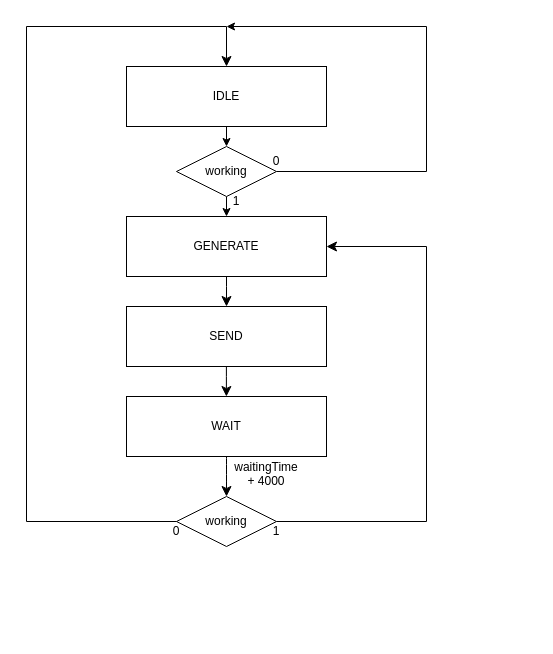
This is DiagramaDeEstadosRM.drawio from Dexiis/FSO-TP2, a draw.io file, before an edit. Source tidied: cells renumbered, new cells numbered last; positions are measured from the earlier drawing's top-left corner, leaving out a move shared by most shapes. Both pictures are drawn from the tidied source at 100%, with x=0, y=0 at pixel (26, 26).
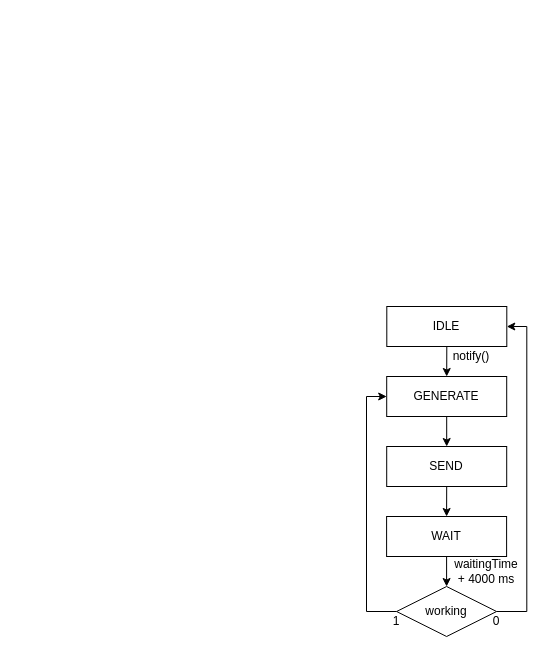
The same diagram, later.

The edit, as a diff of the source:
```diff
@@
-    <mxCell id="2" style="rounded=0;whiteSpace=wrap;html=1;" parent="1" vertex="1">
-      <mxGeometry x="100" y="190" width="200" height="60" as="geometry" />
-    </mxCell>
+    <mxCell id="27" style="edgeStyle=orthogonalEdgeStyle;rounded=0;jettySize=auto;html=1;exitX=0.5;exitY=1;exitDx=0;exitDy=0;entryX=0.5;entryY=0;entryDx=0;entryDy=0;" parent="1" edge="1" source="28" target="41">
+      <mxGeometry relative="1" as="geometry" />
+    </mxCell>
+    <mxCell id="28" style="rounded=0;whiteSpace=wrap;html=1;" parent="1" vertex="1">
+      <mxGeometry x="360.3" y="280" width="120" height="40" as="geometry" />
+    </mxCell>
+    <mxCell id="10" value="IDLE" style="text;html=1;align=center;verticalAlign=middle;whiteSpace=wrap;rounded=0;" parent="1" vertex="1">
+      <mxGeometry x="390.2" y="285" width="60" height="30" as="geometry" />
+    </mxCell>
+    <mxCell id="29" style="edgeStyle=orthogonalEdgeStyle;rounded=0;jettySize=auto;html=1;exitX=0.5;exitY=1;exitDx=0;exitDy=0;entryX=0.5;entryY=0;entryDx=0;entryDy=0;" parent="1" edge="1" source="30" target="32">
+      <mxGeometry relative="1" as="geometry" />
+    </mxCell>
+    <mxCell id="30" style="rounded=0;whiteSpace=wrap;html=1;" parent="1" vertex="1">
+      <mxGeometry x="360.2" y="420" width="120" height="40" as="geometry" />
+    </mxCell>
+    <mxCell id="23" value="SEND" style="text;html=1;align=center;verticalAlign=middle;whiteSpace=wrap;rounded=0;" parent="1" vertex="1">
+      <mxGeometry x="390.1" y="425" width="60" height="30" as="geometry" />
+    </mxCell>
+    <mxCell id="31" style="edgeStyle=orthogonalEdgeStyle;rounded=0;jettySize=auto;html=1;exitX=0.5;exitY=1;exitDx=0;exitDy=0;entryX=0.5;entryY=0;entryDx=0;entryDy=0;" parent="1" edge="1" source="32" target="35">
+      <mxGeometry relative="1" as="geometry" />
+    </mxCell>
+    <mxCell id="32" style="rounded=0;whiteSpace=wrap;html=1;" parent="1" vertex="1">
+      <mxGeometry x="360.1" y="490" width="120" height="40" as="geometry" />
+    </mxCell>
+    <mxCell id="6" value="WAIT" style="text;html=1;align=center;verticalAlign=middle;whiteSpace=wrap;rounded=0;" parent="1" vertex="1">
+      <mxGeometry x="390.1" y="495" width="60" height="30" as="geometry" />
+    </mxCell>
+    <mxCell id="33" style="edgeStyle=orthogonalEdgeStyle;rounded=0;jettySize=auto;html=1;exitX=1;exitY=0.5;exitDx=0;exitDy=0;entryX=1;entryY=0.5;entryDx=0;entryDy=0;" parent="1" edge="1" source="35" target="28">
+      <mxGeometry relative="1" as="geometry" />
+    </mxCell>
+    <mxCell id="34" style="edgeStyle=orthogonalEdgeStyle;rounded=0;jettySize=auto;html=1;exitX=0;exitY=0.5;exitDx=0;exitDy=0;entryX=0;entryY=0.5;entryDx=0;entryDy=0;" parent="1" edge="1" source="35" target="41">
+      <mxGeometry relative="1" as="geometry">
+        <Array as="points">
+          <mxPoint x="340" y="585" />
+          <mxPoint x="340" y="370" />
+        </Array>
+      </mxGeometry>
+    </mxCell>
+    <mxCell id="35" style="rhombus;whiteSpace=wrap;html=1;" parent="1" vertex="1">
+      <mxGeometry x="370.1" y="560" width="100" height="50" as="geometry" />
+    </mxCell>
+    <mxCell id="36" value="working" style="text;html=1;align=center;verticalAlign=middle;whiteSpace=wrap;rounded=0;" parent="1" vertex="1">
+      <mxGeometry x="390.1" y="570" width="60" height="30" as="geometry" />
+    </mxCell>
+    <mxCell id="13" value="&lt;div&gt;0&lt;/div&gt;" style="text;html=1;align=center;verticalAlign=middle;whiteSpace=wrap;rounded=0;" parent="1" vertex="1">
+      <mxGeometry x="440" y="580" width="60" height="30" as="geometry" />
+    </mxCell>
+    <mxCell id="37" value="1" style="text;html=1;align=center;verticalAlign=middle;whiteSpace=wrap;rounded=0;" parent="1" vertex="1">
+      <mxGeometry x="340" y="580" width="60" height="30" as="geometry" />
+    </mxCell>
+    <mxCell id="38" value="&lt;div&gt;waitingTime + 4000 ms&lt;/div&gt;" style="text;html=1;align=center;verticalAlign=middle;whiteSpace=wrap;rounded=0;" parent="1" vertex="1">
+      <mxGeometry x="430.2" y="530" width="60" height="30" as="geometry" />
+    </mxCell>
+    <mxCell id="39" value="&lt;div&gt;notify()&lt;/div&gt;" style="text;html=1;align=center;verticalAlign=middle;whiteSpace=wrap;rounded=0;" parent="1" vertex="1">
+      <mxGeometry x="430.2" y="320" width="30" height="20" as="geometry" />
+    </mxCell>
+    <mxCell id="40" style="edgeStyle=orthogonalEdgeStyle;rounded=0;jettySize=auto;html=1;exitX=0.5;exitY=1;exitDx=0;exitDy=0;entryX=0.5;entryY=0;entryDx=0;entryDy=0;" parent="1" edge="1" source="41" target="30">
+      <mxGeometry relative="1" as="geometry" />
+    </mxCell>
+    <mxCell id="41" style="rounded=0;whiteSpace=wrap;html=1;" parent="1" vertex="1">
+      <mxGeometry x="360.2" y="350" width="120" height="40" as="geometry" />
+    </mxCell>
     <mxCell id="3" value="GENERATE" style="text;html=1;align=center;verticalAlign=middle;whiteSpace=wrap;rounded=0;" parent="1" vertex="1">
-      <mxGeometry x="170" y="205" width="60" height="30" as="geometry" />
+      <mxGeometry x="390.1" y="355" width="60" height="30" as="geometry" />
     </mxCell>
-    <mxCell id="4" style="edgeStyle=none;curved=1;rounded=0;jettySize=auto;html=1;exitX=0.5;exitY=1;exitDx=0;exitDy=0;entryX=0.5;entryY=0;entryDx=0;entryDy=0;fontSize=12;startSize=8;endSize=8;" parent="1" edge="1" source="5">
-      <mxGeometry relative="1" as="geometry">
-        <mxPoint x="200" y="470" as="targetPoint" />
-      </mxGeometry>
-    </mxCell>
-    <mxCell id="5" style="rounded=0;whiteSpace=wrap;html=1;" parent="1" vertex="1">
-      <mxGeometry x="100" y="370" width="200" height="60" as="geometry" />
-    </mxCell>
-    <mxCell id="6" value="WAIT" style="text;html=1;align=center;verticalAlign=middle;whiteSpace=wrap;rounded=0;" parent="1" vertex="1">
-      <mxGeometry x="170" y="385" width="60" height="30" as="geometry" />
-    </mxCell>
-    <mxCell id="7" style="edgeStyle=none;curved=0;rounded=0;jettySize=auto;html=1;fontSize=12;startSize=8;endSize=8;exitX=1;exitY=0.5;exitDx=0;exitDy=0;entryX=1;entryY=0.5;entryDx=0;entryDy=0;" parent="1" edge="1" source="11" target="2">
-      <mxGeometry relative="1" as="geometry">
-        <Array as="points">
-          <mxPoint x="400" y="495" />
-          <mxPoint x="400" y="220" />
-        </Array>
-      </mxGeometry>
-    </mxCell>
-    <mxCell id="8" style="edgeStyle=orthogonalEdgeStyle;rounded=0;jettySize=auto;html=1;exitX=0.5;exitY=1;exitDx=0;exitDy=0;entryX=0.5;entryY=0;entryDx=0;entryDy=0;" parent="1" edge="1" source="9" target="17">
-      <mxGeometry relative="1" as="geometry" />
-    </mxCell>
-    <mxCell id="9" style="rounded=0;whiteSpace=wrap;html=1;" parent="1" vertex="1">
-      <mxGeometry x="100" y="40" width="200" height="60" as="geometry" />
-    </mxCell>
-    <mxCell id="10" value="IDLE" style="text;html=1;align=center;verticalAlign=middle;whiteSpace=wrap;rounded=0;" parent="1" vertex="1">
-      <mxGeometry x="170" y="55" width="60" height="30" as="geometry" />
-    </mxCell>
-    <mxCell id="11" style="rhombus;whiteSpace=wrap;html=1;" parent="1" vertex="1">
-      <mxGeometry x="150" y="470" width="100" height="50" as="geometry" />
-    </mxCell>
-    <mxCell id="12" value="working" style="text;html=1;align=center;verticalAlign=middle;whiteSpace=wrap;rounded=0;" parent="1" vertex="1">
-      <mxGeometry x="170" y="480" width="60" height="30" as="geometry" />
-    </mxCell>
-    <mxCell id="13" value="&lt;div&gt;0&lt;/div&gt;" style="text;html=1;align=center;verticalAlign=middle;whiteSpace=wrap;rounded=0;" parent="1" vertex="1">
-      <mxGeometry x="120" y="490" width="60" height="30" as="geometry" />
-    </mxCell>
-    <mxCell id="14" value="1" style="text;html=1;align=center;verticalAlign=middle;whiteSpace=wrap;rounded=0;" parent="1" vertex="1">
-      <mxGeometry x="220" y="490" width="60" height="30" as="geometry" />
-    </mxCell>
-    <mxCell id="15" style="edgeStyle=orthogonalEdgeStyle;rounded=0;jettySize=auto;html=1;exitX=0.5;exitY=1;exitDx=0;exitDy=0;entryX=0.5;entryY=0;entryDx=0;entryDy=0;" parent="1" edge="1" source="17" target="2">
-      <mxGeometry relative="1" as="geometry" />
-    </mxCell>
-    <mxCell id="16" style="edgeStyle=orthogonalEdgeStyle;rounded=0;jettySize=auto;html=1;exitX=1;exitY=0.5;exitDx=0;exitDy=0;" parent="1" edge="1" source="17">
-      <mxGeometry relative="1" as="geometry">
-        <mxPoint x="200" as="targetPoint" />
-        <Array as="points">
-          <mxPoint x="400" y="145" />
-          <mxPoint x="400" />
-        </Array>
-      </mxGeometry>
-    </mxCell>
-    <mxCell id="17" style="rhombus;whiteSpace=wrap;html=1;" parent="1" vertex="1">
-      <mxGeometry x="150" y="120" width="100" height="50" as="geometry" />
-    </mxCell>
-    <mxCell id="18" value="1" style="text;html=1;align=center;verticalAlign=middle;whiteSpace=wrap;rounded=0;" parent="1" vertex="1">
-      <mxGeometry x="180" y="160" width="60" height="30" as="geometry" />
-    </mxCell>
-    <mxCell id="19" value="working" style="text;html=1;align=center;verticalAlign=middle;whiteSpace=wrap;rounded=0;" parent="1" vertex="1">
-      <mxGeometry x="170" y="130" width="60" height="30" as="geometry" />
-    </mxCell>
-    <mxCell id="20" value="0" style="text;html=1;align=center;verticalAlign=middle;whiteSpace=wrap;rounded=0;" parent="1" vertex="1">
-      <mxGeometry x="220" y="120" width="60" height="30" as="geometry" />
-    </mxCell>
-    <mxCell id="21" value="&lt;div&gt;waitingTime + 4000&lt;/div&gt;&lt;div&gt;&lt;br&gt;&lt;/div&gt;" style="text;html=1;align=center;verticalAlign=middle;whiteSpace=wrap;rounded=0;" parent="1" vertex="1">
-      <mxGeometry x="210" y="440" width="60" height="30" as="geometry" />
-    </mxCell>
-    <mxCell id="22" style="rounded=0;whiteSpace=wrap;html=1;" parent="1" vertex="1">
-      <mxGeometry x="100" y="280" width="200" height="60" as="geometry" />
-    </mxCell>
-    <mxCell id="23" value="SEND" style="text;html=1;align=center;verticalAlign=middle;whiteSpace=wrap;rounded=0;" parent="1" vertex="1">
-      <mxGeometry x="170" y="295" width="60" height="30" as="geometry" />
-    </mxCell>
-    <mxCell id="24" style="edgeStyle=none;curved=0;rounded=0;jettySize=auto;html=1;entryX=0.5;entryY=0;entryDx=0;entryDy=0;fontSize=12;startSize=8;endSize=8;exitX=0.5;exitY=1;exitDx=0;exitDy=0;" parent="1" edge="1" source="2" target="22">
-      <mxGeometry relative="1" as="geometry">
-        <Array as="points">
-          <mxPoint x="200" y="260" />
-        </Array>
-      </mxGeometry>
-    </mxCell>
-    <mxCell id="25" style="edgeStyle=none;curved=0;rounded=0;orthogonalLoop=1;jettySize=auto;html=1;entryX=0.5;entryY=0;entryDx=0;entryDy=0;fontSize=12;startSize=8;endSize=8;exitX=0.5;exitY=1;exitDx=0;exitDy=0;" parent="1" edge="1">
-      <mxGeometry relative="1" as="geometry">
-        <mxPoint x="199.9" y="340" as="sourcePoint" />
-        <mxPoint x="199.9" y="370" as="targetPoint" />
-        <Array as="points">
-          <mxPoint x="199.9" y="350" />
-        </Array>
-      </mxGeometry>
-    </mxCell>
-    <mxCell id="26" style="edgeStyle=none;curved=0;rounded=0;jettySize=auto;html=1;entryX=0.5;entryY=0;entryDx=0;entryDy=0;fontSize=12;startSize=8;endSize=8;exitX=0;exitY=0.5;exitDx=0;exitDy=0;" parent="1" edge="1" source="11" target="9">
-      <mxGeometry relative="1" as="geometry">
-        <Array as="points">
-          <mxPoint y="495" />
-          <mxPoint />
-          <mxPoint x="200" />
-        </Array>
-      </mxGeometry>
-    </mxCell>
```
